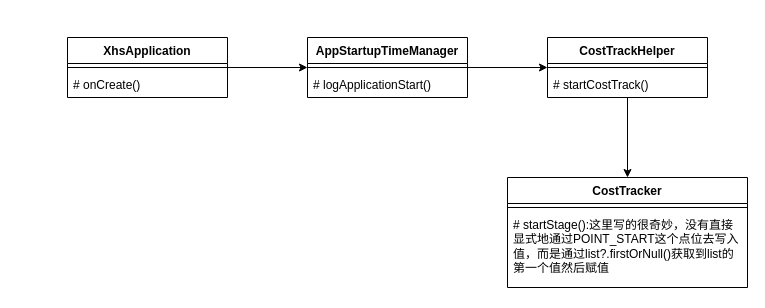
This is POINT_START.drawio from 4jie/PicGo, a draw.io file, before an edit. Source tidied: cells renumbered, new cells numbered last; positions are measured from the earlier drawing's top-left corner, leaving out a move shared by most shapes. Both pictures are drawn from the tidied source at 100%, with x=0, y=0 at pixel (67, 37).
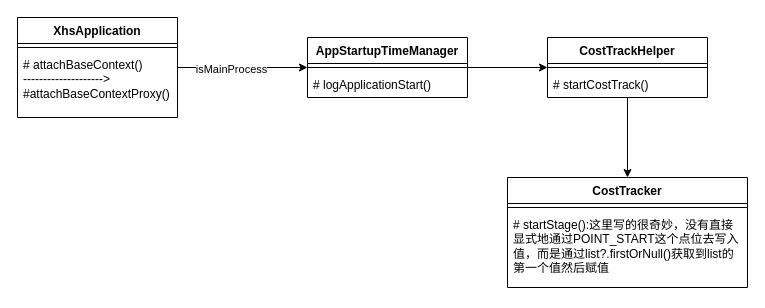
The same diagram, later.

Diff of the diagram source:
```diff
@@
 <mxGraphModel>
   <root>
     <mxCell id="0" />
     <mxCell id="1" parent="0" />
     <mxCell id="2" style="edgeStyle=orthogonalEdgeStyle;rounded=0;jettySize=auto;html=1;" parent="1" edge="1" source="3" target="7">
       <mxGeometry relative="1" as="geometry" />
     </mxCell>
+    <mxCell id="17" value="isMainProcess" style="edgeLabel;html=1;align=center;verticalAlign=middle;" parent="2" vertex="1">
+      <mxGeometry x="-0.18" y="-1" relative="1" as="geometry" />
+    </mxCell>
     <mxCell id="3" value="XhsApplication" style="swimlane;fontStyle=1;align=center;verticalAlign=top;horizontal=1;startSize=26;whiteSpace=wrap;html=1;" parent="1" vertex="1">
-      <mxGeometry width="160" height="60" as="geometry" />
+      <mxGeometry x="-50" y="-20" width="160" height="100" as="geometry" />
     </mxCell>
     <mxCell id="4" style="line;strokeWidth=1;fillColor=none;align=left;verticalAlign=middle;spacingTop=-1;spacingLeft=3;spacingRight=3;labelPosition=right;strokeColor=inherit;" parent="3" vertex="1">
       <mxGeometry y="26" width="160" height="8" as="geometry" />
     </mxCell>
-    <mxCell id="5" value="# onCreate()" style="text;strokeColor=none;fillColor=none;align=left;verticalAlign=top;spacingLeft=4;spacingRight=4;overflow=hidden;whiteSpace=wrap;html=1;" parent="3" vertex="1">
-      <mxGeometry y="34" width="160" height="26" as="geometry" />
+    <mxCell id="5" value="# attachBaseContext()&lt;br&gt;--------------------&amp;gt;&lt;br&gt;#attachBaseContextProxy()" style="text;strokeColor=none;fillColor=none;align=left;verticalAlign=top;spacingLeft=4;spacingRight=4;overflow=hidden;whiteSpace=wrap;html=1;" parent="3" vertex="1">
+      <mxGeometry y="34" width="160" height="66" as="geometry" />
     </mxCell>
     <mxCell id="6" style="edgeStyle=orthogonalEdgeStyle;rounded=0;jettySize=auto;html=1;" parent="1" edge="1" source="7" target="11">
       <mxGeometry relative="1" as="geometry" />
     </mxCell>
     <mxCell id="7" value="AppStartupTimeManager" style="swimlane;fontStyle=1;align=center;verticalAlign=top;horizontal=1;startSize=26;whiteSpace=wrap;html=1;" parent="1" vertex="1">
       <mxGeometry x="240" width="160" height="60" as="geometry" />
     </mxCell>
     <mxCell id="8" style="line;strokeWidth=1;fillColor=none;align=left;verticalAlign=middle;spacingTop=-1;spacingLeft=3;spacingRight=3;labelPosition=right;strokeColor=inherit;" parent="7" vertex="1">
       <mxGeometry y="26" width="160" height="8" as="geometry" />
     </mxCell>
     <mxCell id="9" value="# logApplicationStart()" style="text;strokeColor=none;fillColor=none;align=left;verticalAlign=top;spacingLeft=4;spacingRight=4;overflow=hidden;whiteSpace=wrap;html=1;" parent="7" vertex="1">
       <mxGeometry y="34" width="160" height="26" as="geometry" />
     </mxCell>
     <mxCell id="10" style="edgeStyle=orthogonalEdgeStyle;rounded=0;jettySize=auto;html=1;" parent="1" edge="1" source="11" target="14">
       <mxGeometry relative="1" as="geometry" />
     </mxCell>
     <mxCell id="11" value="CostTrackHelper" style="swimlane;fontStyle=1;align=center;verticalAlign=top;horizontal=1;startSize=26;whiteSpace=wrap;html=1;" parent="1" vertex="1">
       <mxGeometry x="480" width="160" height="60" as="geometry" />
     </mxCell>
     <mxCell id="12" style="line;strokeWidth=1;fillColor=none;align=left;verticalAlign=middle;spacingTop=-1;spacingLeft=3;spacingRight=3;labelPosition=right;strokeColor=inherit;" parent="11" vertex="1">
       <mxGeometry y="26" width="160" height="8" as="geometry" />
     </mxCell>
     <mxCell id="13" value="# startCostTrack()" style="text;strokeColor=none;fillColor=none;align=left;verticalAlign=top;spacingLeft=4;spacingRight=4;overflow=hidden;whiteSpace=wrap;html=1;" parent="11" vertex="1">
       <mxGeometry y="34" width="160" height="26" as="geometry" />
     </mxCell>
     <mxCell id="14" value="CostTracker" style="swimlane;fontStyle=1;align=center;verticalAlign=top;horizontal=1;startSize=26;whiteSpace=wrap;html=1;" parent="1" vertex="1">
       <mxGeometry x="440" y="140" width="240" height="110" as="geometry" />
     </mxCell>
     <mxCell id="15" style="line;strokeWidth=1;fillColor=none;align=left;verticalAlign=middle;spacingTop=-1;spacingLeft=3;spacingRight=3;labelPosition=right;strokeColor=inherit;" parent="14" vertex="1">
       <mxGeometry y="26" width="240" height="8" as="geometry" />
     </mxCell>
     <mxCell id="16" value="# startStage():这里写的很奇妙，没有直接显式地通过POINT_START这个点位去写入值，而是通过list?.firstOrNull()获取到list的第一个值然后赋值" style="text;strokeColor=none;fillColor=none;align=left;verticalAlign=top;spacingLeft=4;spacingRight=4;overflow=hidden;whiteSpace=wrap;html=1;" parent="14" vertex="1">
       <mxGeometry y="34" width="240" height="76" as="geometry" />
     </mxCell>
   </root>
 </mxGraphModel>
```
